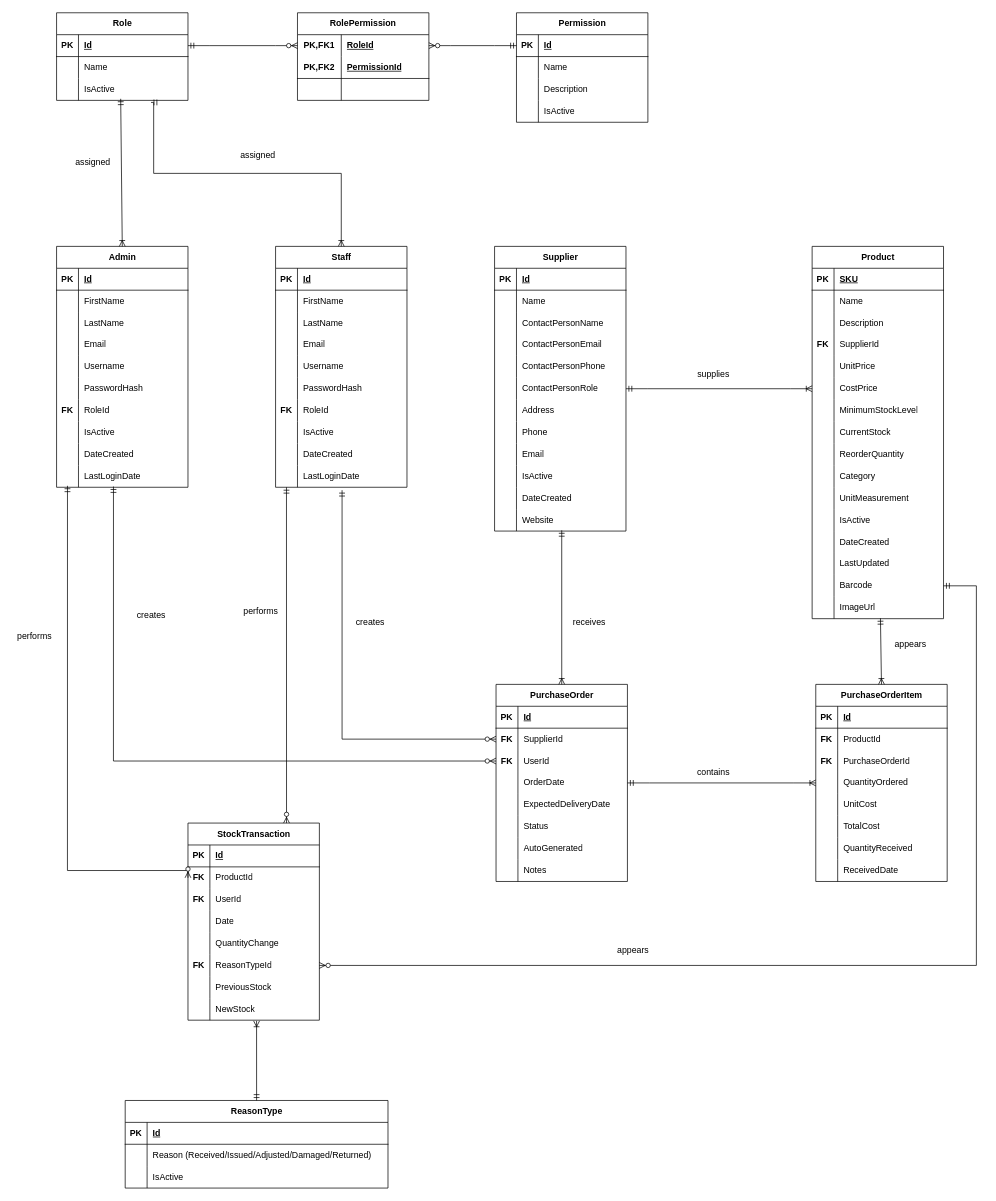
The draw.io diagram docs/Analysis/Database_Design/ERD.drawio in james15mokoena/SmartInventory, before the edit. Source tidied: cells renumbered, new cells numbered last; positions are measured from the earlier drawing's top-left corner, leaving out a move shared by most shapes. Both pictures are drawn from the tidied source at 73%, with x=0, y=0 at pixel (12, 12).
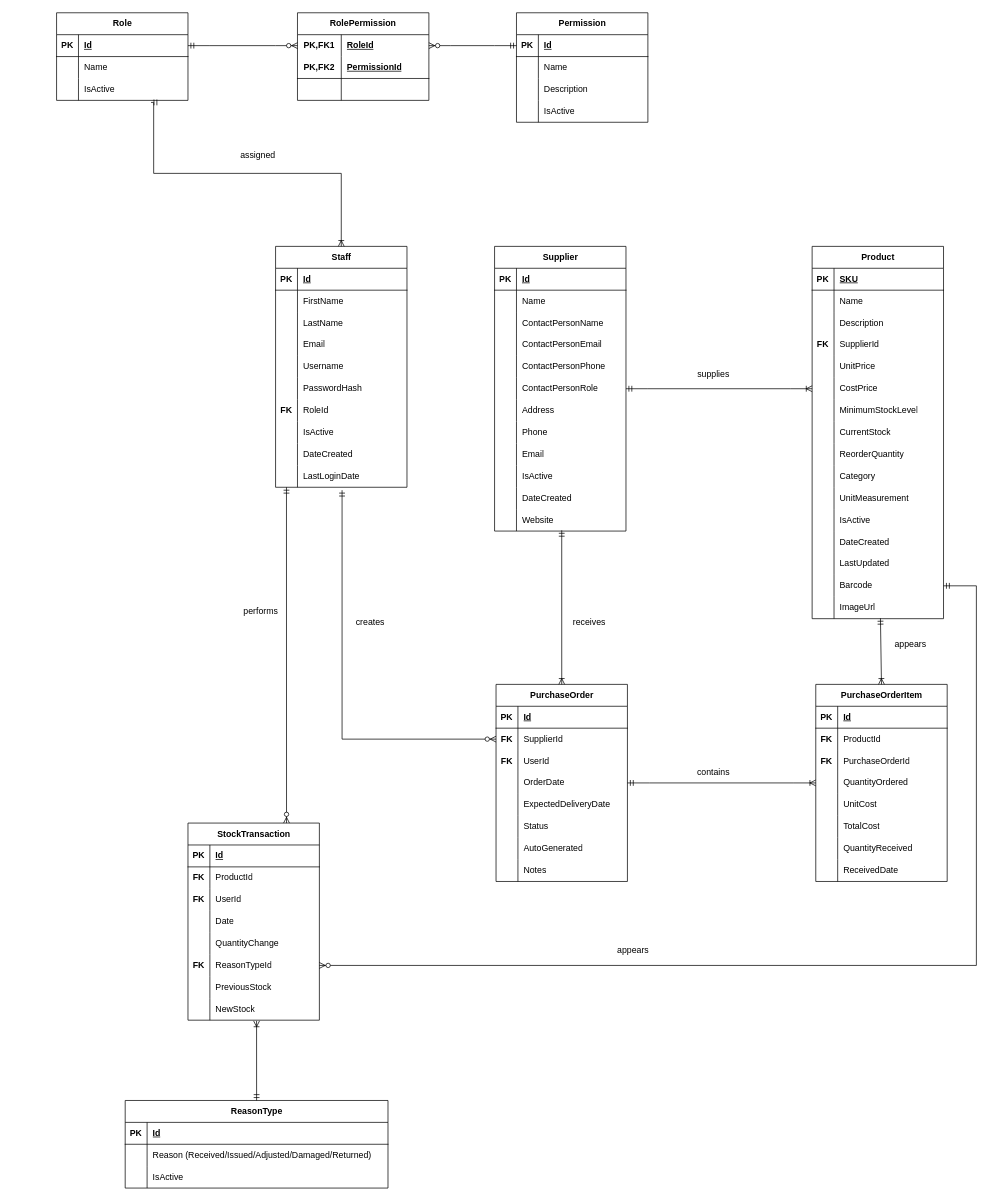
After the change.

The change refers to these unchanged cells:
```xml
<mxCell id="71" style="shape=tableRow;horizontal=0;startSize=0;swimlaneHead=0;swimlaneBody=0;fillColor=none;points=[[0,0.5],[1,0.5]];portConstraint=eastwest;top=0;left=0;right=0;bottom=0;" parent="64" vertex="1">
  <mxGeometry y="90" width="180" height="30" as="geometry" />
</mxCell>
<mxCell id="180" style="shape=tableRow;horizontal=0;startSize=0;swimlaneHead=0;swimlaneBody=0;fillColor=none;points=[[0,0.5],[1,0.5]];portConstraint=eastwest;top=0;left=0;right=0;bottom=0;" parent="173" vertex="1">
  <mxGeometry y="90" width="180" height="30" as="geometry" />
</mxCell>
<mxCell id="247" style="shape=tableRow;horizontal=0;startSize=0;swimlaneHead=0;swimlaneBody=0;fillColor=none;points=[[0,0.5],[1,0.5]];portConstraint=eastwest;top=0;left=0;right=0;bottom=0;" parent="243" vertex="1">
  <mxGeometry y="60" width="180" height="30" as="geometry" />
</mxCell>
```

Diff of the diagram source:
```diff
@@
-    <mxCell id="2" value="Admin" style="shape=table;startSize=30;childLayout=tableLayout;rowLines=0;fontStyle=1;align=center;html=1;" parent="1" vertex="1">
-      <mxGeometry x="60" y="320" width="180" height="330" as="geometry" />
-    </mxCell>
-    <mxCell id="3" style="shape=tableRow;horizontal=0;startSize=0;swimlaneHead=0;swimlaneBody=0;fillColor=none;top=0;left=0;right=0;bottom=1;" parent="2" vertex="1">
-      <mxGeometry y="30" width="180" height="30" as="geometry" />
-    </mxCell>
-    <mxCell id="4" value="PK" style="shape=partialRectangle;fillColor=none;top=0;left=0;bottom=0;right=0;fontStyle=1;overflow=hidden;whiteSpace=wrap;html=1;" parent="3" vertex="1">
-      <mxGeometry width="30" height="30" as="geometry" />
-    </mxCell>
-    <mxCell id="5" value="Id" style="shape=partialRectangle;fillColor=none;top=0;left=0;bottom=0;right=0;align=left;spacingLeft=6;fontStyle=5;overflow=hidden;whiteSpace=wrap;html=1;" parent="3" vertex="1">
-      <mxGeometry x="30" width="150" height="30" as="geometry" />
-    </mxCell>
-    <mxCell id="6" style="shape=tableRow;horizontal=0;startSize=0;swimlaneHead=0;swimlaneBody=0;fillColor=none;top=0;left=0;right=0;bottom=0;" parent="2" vertex="1">
-      <mxGeometry y="60" width="180" height="30" as="geometry" />
-    </mxCell>
-    <mxCell id="7" style="shape=partialRectangle;fillColor=none;top=0;left=0;bottom=0;right=0;overflow=hidden;whiteSpace=wrap;html=1;" parent="6" vertex="1">
-      <mxGeometry width="30" height="30" as="geometry" />
-    </mxCell>
-    <mxCell id="8" value="FirstName" style="shape=partialRectangle;fillColor=none;top=0;left=0;bottom=0;right=0;align=left;spacingLeft=6;overflow=hidden;whiteSpace=wrap;html=1;" parent="6" vertex="1">
-      <mxGeometry x="30" width="150" height="30" as="geometry" />
-    </mxCell>
-    <mxCell id="9" style="shape=tableRow;horizontal=0;startSize=0;swimlaneHead=0;swimlaneBody=0;fillColor=none;top=0;left=0;right=0;bottom=0;" parent="2" vertex="1">
-      <mxGeometry y="90" width="180" height="30" as="geometry" />
-    </mxCell>
-    <mxCell id="10" style="shape=partialRectangle;fillColor=none;top=0;left=0;bottom=0;right=0;overflow=hidden;whiteSpace=wrap;html=1;" parent="9" vertex="1">
-      <mxGeometry width="30" height="30" as="geometry" />
-    </mxCell>
-    <mxCell id="11" value="LastName" style="shape=partialRectangle;fillColor=none;top=0;left=0;bottom=0;right=0;align=left;spacingLeft=6;overflow=hidden;whiteSpace=wrap;html=1;" parent="9" vertex="1">
-      <mxGeometry x="30" width="150" height="30" as="geometry" />
-    </mxCell>
-    <mxCell id="12" style="shape=tableRow;horizontal=0;startSize=0;swimlaneHead=0;swimlaneBody=0;fillColor=none;top=0;left=0;right=0;bottom=0;" parent="2" vertex="1">
-      <mxGeometry y="120" width="180" height="30" as="geometry" />
-    </mxCell>
-    <mxCell id="13" style="shape=partialRectangle;fillColor=none;top=0;left=0;bottom=0;right=0;overflow=hidden;whiteSpace=wrap;html=1;" parent="12" vertex="1">
-      <mxGeometry width="30" height="30" as="geometry" />
-    </mxCell>
-    <mxCell id="14" value="Email" style="shape=partialRectangle;fillColor=none;top=0;left=0;bottom=0;right=0;align=left;spacingLeft=6;overflow=hidden;whiteSpace=wrap;html=1;" parent="12" vertex="1">
-      <mxGeometry x="30" width="150" height="30" as="geometry" />
-    </mxCell>
-    <mxCell id="15" style="shape=tableRow;horizontal=0;startSize=0;swimlaneHead=0;swimlaneBody=0;fillColor=none;top=0;left=0;right=0;bottom=0;" parent="2" vertex="1">
-      <mxGeometry y="150" width="180" height="30" as="geometry" />
-    </mxCell>
-    <mxCell id="16" style="shape=partialRectangle;fillColor=none;top=0;left=0;bottom=0;right=0;overflow=hidden;whiteSpace=wrap;html=1;" parent="15" vertex="1">
-      <mxGeometry width="30" height="30" as="geometry" />
-    </mxCell>
-    <mxCell id="17" value="Username" style="shape=partialRectangle;fillColor=none;top=0;left=0;bottom=0;right=0;align=left;spacingLeft=6;overflow=hidden;whiteSpace=wrap;html=1;" parent="15" vertex="1">
-      <mxGeometry x="30" width="150" height="30" as="geometry" />
-    </mxCell>
-    <mxCell id="18" style="shape=tableRow;horizontal=0;startSize=0;swimlaneHead=0;swimlaneBody=0;fillColor=none;top=0;left=0;right=0;bottom=0;" parent="2" vertex="1">
-      <mxGeometry y="180" width="180" height="30" as="geometry" />
-    </mxCell>
-    <mxCell id="19" style="shape=partialRectangle;fillColor=none;top=0;left=0;bottom=0;right=0;overflow=hidden;whiteSpace=wrap;html=1;" parent="18" vertex="1">
-      <mxGeometry width="30" height="30" as="geometry" />
-    </mxCell>
-    <mxCell id="20" value="PasswordHash" style="shape=partialRectangle;fillColor=none;top=0;left=0;bottom=0;right=0;align=left;spacingLeft=6;overflow=hidden;whiteSpace=wrap;html=1;" parent="18" vertex="1">
-      <mxGeometry x="30" width="150" height="30" as="geometry" />
-    </mxCell>
-    <mxCell id="21" style="shape=tableRow;horizontal=0;startSize=0;swimlaneHead=0;swimlaneBody=0;fillColor=none;top=0;left=0;right=0;bottom=0;" parent="2" vertex="1">
-      <mxGeometry y="210" width="180" height="30" as="geometry" />
-    </mxCell>
-    <mxCell id="22" value="&lt;b&gt;FK&lt;/b&gt;" style="shape=partialRectangle;fillColor=none;top=0;left=0;bottom=0;right=0;overflow=hidden;whiteSpace=wrap;html=1;" parent="21" vertex="1">
-      <mxGeometry width="30" height="30" as="geometry" />
-    </mxCell>
-    <mxCell id="23" value="RoleId" style="shape=partialRectangle;fillColor=none;top=0;left=0;bottom=0;right=0;align=left;spacingLeft=6;overflow=hidden;whiteSpace=wrap;html=1;" parent="21" vertex="1">
-      <mxGeometry x="30" width="150" height="30" as="geometry" />
-    </mxCell>
-    <mxCell id="24" style="shape=tableRow;horizontal=0;startSize=0;swimlaneHead=0;swimlaneBody=0;fillColor=none;top=0;left=0;right=0;bottom=0;" parent="2" vertex="1">
-      <mxGeometry y="240" width="180" height="30" as="geometry" />
-    </mxCell>
-    <mxCell id="25" style="shape=partialRectangle;fillColor=none;top=0;left=0;bottom=0;right=0;overflow=hidden;whiteSpace=wrap;html=1;" parent="24" vertex="1">
-      <mxGeometry width="30" height="30" as="geometry" />
-    </mxCell>
-    <mxCell id="26" value="IsActive" style="shape=partialRectangle;fillColor=none;top=0;left=0;bottom=0;right=0;align=left;spacingLeft=6;overflow=hidden;whiteSpace=wrap;html=1;" parent="24" vertex="1">
-      <mxGeometry x="30" width="150" height="30" as="geometry" />
-    </mxCell>
-    <mxCell id="27" style="shape=tableRow;horizontal=0;startSize=0;swimlaneHead=0;swimlaneBody=0;fillColor=none;top=0;left=0;right=0;bottom=0;" parent="2" vertex="1">
-      <mxGeometry y="270" width="180" height="30" as="geometry" />
-    </mxCell>
-    <mxCell id="28" style="shape=partialRectangle;fillColor=none;top=0;left=0;bottom=0;right=0;overflow=hidden;whiteSpace=wrap;html=1;" parent="27" vertex="1">
-      <mxGeometry width="30" height="30" as="geometry" />
-    </mxCell>
-    <mxCell id="29" value="DateCreated" style="shape=partialRectangle;fillColor=none;top=0;left=0;bottom=0;right=0;align=left;spacingLeft=6;overflow=hidden;whiteSpace=wrap;html=1;" parent="27" vertex="1">
-      <mxGeometry x="30" width="150" height="30" as="geometry" />
-    </mxCell>
-    <mxCell id="30" style="shape=tableRow;horizontal=0;startSize=0;swimlaneHead=0;swimlaneBody=0;fillColor=none;points=[[0,0.5],[1,0.5]];portConstraint=eastwest;top=0;left=0;right=0;bottom=0;" parent="2" vertex="1">
-      <mxGeometry y="300" width="180" height="30" as="geometry" />
-    </mxCell>
-    <mxCell id="31" style="shape=partialRectangle;fillColor=none;top=0;left=0;bottom=0;right=0;overflow=hidden;whiteSpace=wrap;html=1;" parent="30" vertex="1">
-      <mxGeometry width="30" height="30" as="geometry" />
-    </mxCell>
-    <mxCell id="32" value="LastLoginDate" style="shape=partialRectangle;fillColor=none;top=0;left=0;bottom=0;right=0;align=left;spacingLeft=6;overflow=hidden;whiteSpace=wrap;html=1;" parent="30" vertex="1">
-      <mxGeometry x="30" width="150" height="30" as="geometry" />
-    </mxCell>
@@
-    <mxCell id="281" style="fontSize=12;html=1;endArrow=ERzeroToMany;startArrow=ERmandOne;rounded=0;entryX=0;entryY=0.5;entryDx=0;entryDy=0;edgeStyle=orthogonalEdgeStyle;exitX=0.433;exitY=0.967;exitDx=0;exitDy=0;exitPerimeter=0;" parent="1" edge="1" source="30" target="180">
-      <mxGeometry relative="1" as="geometry" />
-    </mxCell>
-    <mxCell id="282" value="creates" style="text;html=1;align=center;verticalAlign=middle;whiteSpace=wrap;rounded=0;" parent="1" vertex="1">
-      <mxGeometry x="160" y="810" width="60" height="30" as="geometry" />
-    </mxCell>
-    <mxCell id="283" style="fontSize=12;html=1;endArrow=ERzeroToMany;startArrow=ERmandOne;rounded=0;entryX=0;entryY=0.5;entryDx=0;entryDy=0;exitX=0.083;exitY=0.933;exitDx=0;exitDy=0;exitPerimeter=0;edgeStyle=orthogonalEdgeStyle;" parent="1" edge="1" source="30" target="247">
-      <mxGeometry relative="1" as="geometry">
-        <Array as="points">
-          <mxPoint x="75" y="1175" />
-        </Array>
-      </mxGeometry>
-    </mxCell>
-    <mxCell id="284" value="performs" style="text;html=1;align=center;verticalAlign=middle;whiteSpace=wrap;rounded=0;" parent="1" vertex="1">
-      <mxGeometry y="840" width="60" height="30" as="geometry" />
-    </mxCell>
@@
-    <mxCell id="289" style="fontSize=12;html=1;endArrow=ERoneToMany;startArrow=ERmandOne;rounded=0;entryX=0.5;entryY=0;entryDx=0;entryDy=0;endFill=0;exitX=0.488;exitY=0.928;exitDx=0;exitDy=0;exitPerimeter=0;" parent="1" edge="1" source="71" target="2">
-      <mxGeometry relative="1" as="geometry" />
-    </mxCell>
-    <mxCell id="290" value="assigned" style="text;html=1;align=center;verticalAlign=middle;whiteSpace=wrap;rounded=0;" parent="1" vertex="1">
-      <mxGeometry x="80" y="190" width="60" height="30" as="geometry" />
-    </mxCell>
```
